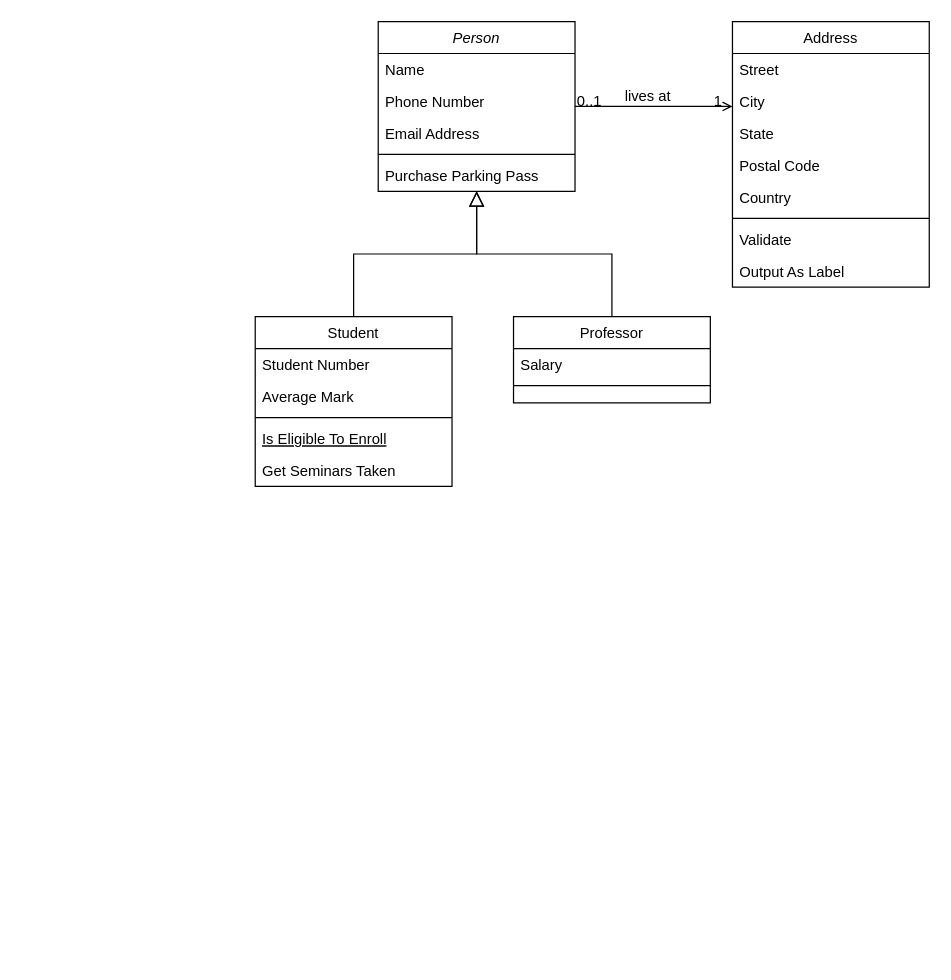
The draw.io diagram Biểu đồ không có tiêu đề.drawio in luyenhaidangit/business, before the edit. Source tidied: cells renumbered, new cells numbered last; positions are measured from the earlier drawing's top-left corner, leaving out a move shared by most shapes. Both pictures are drawn from the tidied source at 123%, with x=0, y=0 at pixel (255, 21).
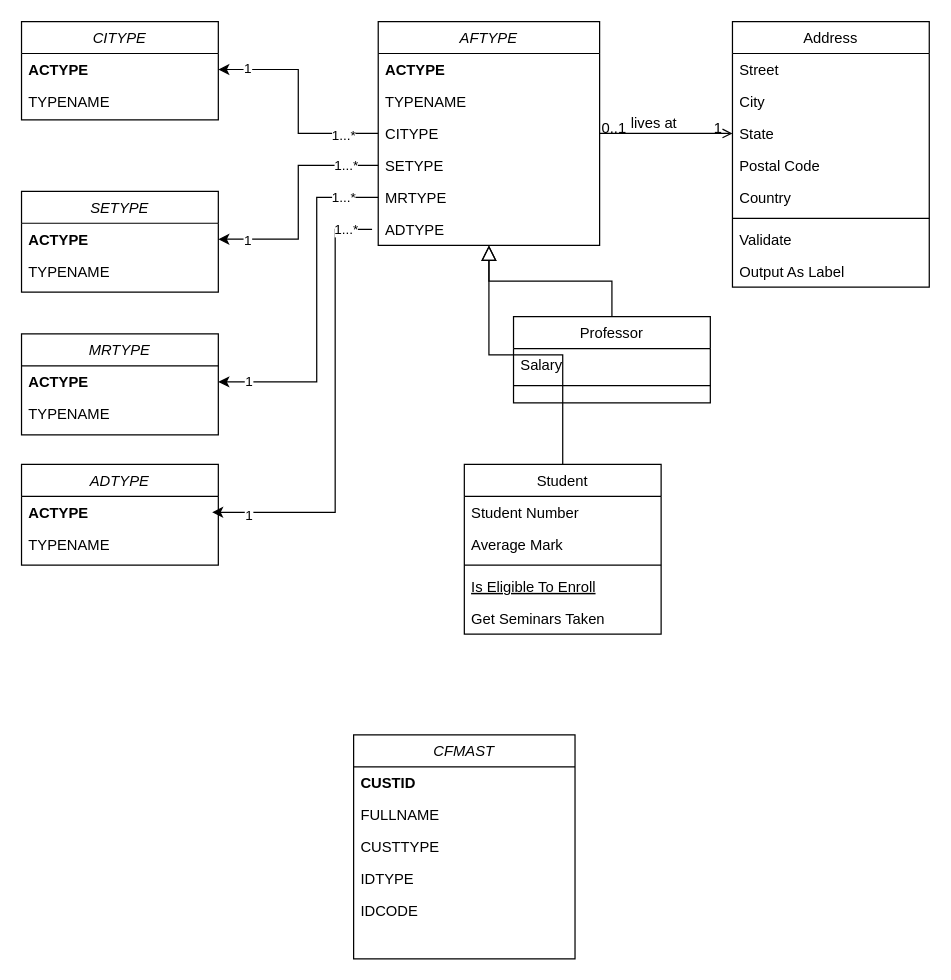
After the change.

Commit message:
Cập nhật Biểu đồ không có tiêu đề.drawio

What changed in the source:
```diff
@@
-    <mxCell id="2" value="Person" style="swimlane;fontStyle=2;align=center;verticalAlign=top;horizontal=1;startSize=26;rounded=0;shadow=0;strokeWidth=1;" parent="1" vertex="1">
-      <mxGeometry x="100" width="160" height="138" as="geometry" />
+    <mxCell id="2" value="AFTYPE" style="swimlane;fontStyle=2;align=center;verticalAlign=top;horizontal=1;startSize=26;rounded=0;shadow=0;strokeWidth=1;" parent="1" vertex="1">
+      <mxGeometry x="100" width="180" height="182" as="geometry" />
     </mxCell>
-    <mxCell id="3" value="Name" style="text;align=left;verticalAlign=top;spacingLeft=4;spacingRight=4;overflow=hidden;" parent="2" vertex="1">
-      <mxGeometry y="26" width="160" height="26" as="geometry" />
+    <mxCell id="3" value="ACTYPE" style="text;align=left;verticalAlign=top;spacingLeft=4;spacingRight=4;overflow=hidden;fontStyle=1;" parent="2" vertex="1">
+      <mxGeometry y="26" width="180" height="26" as="geometry" />
     </mxCell>
-    <mxCell id="4" value="Phone Number" style="text;align=left;verticalAlign=top;spacingLeft=4;spacingRight=4;overflow=hidden;rounded=0;shadow=0;html=0;" parent="2" vertex="1">
-      <mxGeometry y="52" width="160" height="26" as="geometry" />
+    <mxCell id="4" value="TYPENAME" style="text;align=left;verticalAlign=top;spacingLeft=4;spacingRight=4;overflow=hidden;rounded=0;shadow=0;html=0;" parent="2" vertex="1">
+      <mxGeometry y="52" width="180" height="26" as="geometry" />
     </mxCell>
-    <mxCell id="5" value="Email Address" style="text;align=left;verticalAlign=top;spacingLeft=4;spacingRight=4;overflow=hidden;points=[[0,0.5],[1,0.5]];portConstraint=eastwest;rounded=0;shadow=0;html=0;" parent="2" vertex="1">
-      <mxGeometry y="78" width="160" height="26" as="geometry" />
+    <mxCell id="5" value="CITYPE" style="text;align=left;verticalAlign=top;spacingLeft=4;spacingRight=4;overflow=hidden;points=[[0,0.5],[1,0.5]];portConstraint=eastwest;rounded=0;shadow=0;html=0;" parent="2" vertex="1">
+      <mxGeometry y="78" width="180" height="26" as="geometry" />
     </mxCell>
-    <mxCell id="6" style="line;html=1;strokeWidth=1;align=left;verticalAlign=middle;spacingTop=-1;spacingLeft=3;spacingRight=3;labelPosition=right;" parent="2" vertex="1">
-      <mxGeometry y="104" width="160" height="8" as="geometry" />
-    </mxCell>
-    <mxCell id="7" value="Purchase Parking Pass" style="text;align=left;verticalAlign=top;spacingLeft=4;spacingRight=4;overflow=hidden;" parent="2" vertex="1">
-      <mxGeometry y="112" width="160" height="26" as="geometry" />
-    </mxCell>
+    <mxCell id="32" value="SETYPE" style="text;align=left;verticalAlign=top;spacingLeft=4;spacingRight=4;overflow=hidden;points=[[0,0.5],[1,0.5]];portConstraint=eastwest;rounded=0;shadow=0;html=0;" parent="2" vertex="1">
+      <mxGeometry y="104" width="180" height="26" as="geometry" />
+    </mxCell>
+    <mxCell id="33" value="MRTYPE" style="text;align=left;verticalAlign=top;spacingLeft=4;spacingRight=4;overflow=hidden;points=[[0,0.5],[1,0.5]];portConstraint=eastwest;rounded=0;shadow=0;html=0;" parent="2" vertex="1">
+      <mxGeometry y="130" width="180" height="26" as="geometry" />
+    </mxCell>
+    <mxCell id="34" value="ADTYPE" style="text;align=left;verticalAlign=top;spacingLeft=4;spacingRight=4;overflow=hidden;rounded=0;shadow=0;html=0;" parent="2" vertex="1">
+      <mxGeometry y="156" width="180" height="26" as="geometry" />
+    </mxCell>
     <mxCell id="8" value="Student" style="swimlane;fontStyle=0;align=center;verticalAlign=top;horizontal=1;startSize=26;rounded=0;shadow=0;strokeWidth=1;" parent="1" vertex="1">
-      <mxGeometry y="240" width="160" height="138" as="geometry" />
+      <mxGeometry x="170" y="360" width="160" height="138" as="geometry" />
     </mxCell>
@@
+    <mxCell id="35" value="CITYPE" style="swimlane;fontStyle=2;align=center;verticalAlign=top;horizontal=1;startSize=26;rounded=0;shadow=0;strokeWidth=1;" parent="1" vertex="1">
+      <mxGeometry x="-190" width="160" height="80" as="geometry" />
+    </mxCell>
+    <mxCell id="36" value="ACTYPE" style="text;align=left;verticalAlign=top;spacingLeft=4;spacingRight=4;overflow=hidden;points=[[0,0.5],[1,0.5]];portConstraint=eastwest;fontStyle=1;" parent="35" vertex="1">
+      <mxGeometry y="26" width="160" height="26" as="geometry" />
+    </mxCell>
+    <mxCell id="37" value="TYPENAME" style="text;align=left;verticalAlign=top;spacingLeft=4;spacingRight=4;overflow=hidden;rounded=0;shadow=0;html=0;" parent="35" vertex="1">
+      <mxGeometry y="52" width="160" height="18" as="geometry" />
+    </mxCell>
+    <mxCell id="38" style="edgeStyle=orthogonalEdgeStyle;rounded=0;jettySize=auto;html=1;entryX=1;entryY=0.5;entryDx=0;entryDy=0;" parent="1" edge="1" source="5" target="36">
+      <mxGeometry relative="1" as="geometry" />
+    </mxCell>
+    <mxCell id="39" value="1" style="edgeLabel;html=1;align=center;verticalAlign=middle;" parent="38" vertex="1">
+      <mxGeometry x="0.75" y="-2" relative="1" as="geometry" />
+    </mxCell>
+    <mxCell id="40" value="1...*" style="edgeLabel;html=1;align=center;verticalAlign=middle;" parent="38" vertex="1">
+      <mxGeometry x="-0.68" y="1" relative="1" as="geometry" />
+    </mxCell>
+    <mxCell id="41" value="SETYPE" style="swimlane;fontStyle=2;align=center;verticalAlign=top;horizontal=1;startSize=26;rounded=0;shadow=0;strokeWidth=1;" parent="1" vertex="1">
+      <mxGeometry x="-190" y="138" width="160" height="82" as="geometry" />
+    </mxCell>
+    <mxCell id="42" value="ACTYPE" style="text;align=left;verticalAlign=top;spacingLeft=4;spacingRight=4;overflow=hidden;points=[[0,0.5],[1,0.5]];portConstraint=eastwest;fontStyle=1;" parent="41" vertex="1">
+      <mxGeometry y="26" width="160" height="26" as="geometry" />
+    </mxCell>
+    <mxCell id="43" value="TYPENAME" style="text;align=left;verticalAlign=top;spacingLeft=4;spacingRight=4;overflow=hidden;rounded=0;shadow=0;html=0;" parent="41" vertex="1">
+      <mxGeometry y="52" width="160" height="18" as="geometry" />
+    </mxCell>
+    <mxCell id="44" style="edgeStyle=orthogonalEdgeStyle;rounded=0;jettySize=auto;html=1;entryX=1;entryY=0.5;entryDx=0;entryDy=0;" parent="1" edge="1" source="32" target="42">
+      <mxGeometry relative="1" as="geometry" />
+    </mxCell>
+    <mxCell id="45" value="1" style="edgeLabel;html=1;align=center;verticalAlign=middle;" parent="44" vertex="1">
+      <mxGeometry x="0.76" relative="1" as="geometry" />
+    </mxCell>
+    <mxCell id="46" value="1...*" style="edgeLabel;html=1;align=center;verticalAlign=middle;" parent="44" vertex="1">
+      <mxGeometry x="-0.67" y="-1" relative="1" as="geometry">
+        <mxPoint x="4" as="offset" />
+      </mxGeometry>
+    </mxCell>
+    <mxCell id="47" value="MRTYPE" style="swimlane;fontStyle=2;align=center;verticalAlign=top;horizontal=1;startSize=26;rounded=0;shadow=0;strokeWidth=1;" parent="1" vertex="1">
+      <mxGeometry x="-190" y="254" width="160" height="82" as="geometry" />
+    </mxCell>
+    <mxCell id="48" value="ACTYPE" style="text;align=left;verticalAlign=top;spacingLeft=4;spacingRight=4;overflow=hidden;points=[[0,0.5],[1,0.5]];portConstraint=eastwest;fontStyle=1;" parent="47" vertex="1">
+      <mxGeometry y="26" width="160" height="26" as="geometry" />
+    </mxCell>
+    <mxCell id="49" value="TYPENAME" style="text;align=left;verticalAlign=top;spacingLeft=4;spacingRight=4;overflow=hidden;rounded=0;shadow=0;html=0;" parent="47" vertex="1">
+      <mxGeometry y="52" width="160" height="18" as="geometry" />
+    </mxCell>
+    <mxCell id="50" style="edgeStyle=orthogonalEdgeStyle;rounded=0;jettySize=auto;html=1;entryX=1;entryY=0.5;entryDx=0;entryDy=0;" parent="1" edge="1" source="33" target="48">
+      <mxGeometry relative="1" as="geometry">
+        <Array as="points">
+          <mxPoint x="50" y="143" />
+          <mxPoint x="50" y="293" />
+        </Array>
+      </mxGeometry>
+    </mxCell>
+    <mxCell id="51" value="1...*" style="edgeLabel;html=1;align=center;verticalAlign=middle;" parent="50" vertex="1">
+      <mxGeometry x="-0.79" y="-1" relative="1" as="geometry" />
+    </mxCell>
+    <mxCell id="52" value="1" style="edgeLabel;html=1;align=center;verticalAlign=middle;" parent="50" vertex="1">
+      <mxGeometry x="0.83" y="-1" relative="1" as="geometry" />
+    </mxCell>
+    <mxCell id="53" value="ADTYPE" style="swimlane;fontStyle=2;align=center;verticalAlign=top;horizontal=1;startSize=26;rounded=0;shadow=0;strokeWidth=1;" parent="1" vertex="1">
+      <mxGeometry x="-190" y="360" width="160" height="82" as="geometry" />
+    </mxCell>
+    <mxCell id="54" value="ACTYPE" style="text;align=left;verticalAlign=top;spacingLeft=4;spacingRight=4;overflow=hidden;fontStyle=1;" parent="53" vertex="1">
+      <mxGeometry y="26" width="160" height="26" as="geometry" />
+    </mxCell>
+    <mxCell id="55" value="TYPENAME" style="text;align=left;verticalAlign=top;spacingLeft=4;spacingRight=4;overflow=hidden;rounded=0;shadow=0;html=0;" parent="53" vertex="1">
+      <mxGeometry y="52" width="160" height="18" as="geometry" />
+    </mxCell>
+    <mxCell id="56" style="edgeStyle=orthogonalEdgeStyle;rounded=0;orthogonalLoop=1;jettySize=auto;html=1;entryX=1;entryY=0.5;entryDx=0;entryDy=0;" parent="1" edge="1">
+      <mxGeometry relative="1" as="geometry">
+        <mxPoint x="95" y="169" as="sourcePoint" />
+        <mxPoint x="-35" y="399" as="targetPoint" />
+        <Array as="points">
+          <mxPoint x="65" y="169" />
+          <mxPoint x="65" y="399" />
+        </Array>
+      </mxGeometry>
+    </mxCell>
+    <mxCell id="57" value="1...*" style="edgeLabel;html=1;align=center;verticalAlign=middle;" parent="56" vertex="1">
+      <mxGeometry x="-0.88" y="-1" relative="1" as="geometry" />
+    </mxCell>
+    <mxCell id="58" value="1" style="edgeLabel;html=1;align=center;verticalAlign=middle;" parent="56" vertex="1">
+      <mxGeometry x="0.84" y="2" relative="1" as="geometry" />
+    </mxCell>
+    <mxCell id="59" value="CFMAST" style="swimlane;fontStyle=2;align=center;verticalAlign=top;horizontal=1;startSize=26;rounded=0;shadow=0;strokeWidth=1;" parent="1" vertex="1">
+      <mxGeometry x="80" y="580" width="180" height="182" as="geometry" />
+    </mxCell>
+    <mxCell id="60" value="CUSTID" style="text;align=left;verticalAlign=top;spacingLeft=4;spacingRight=4;overflow=hidden;fontStyle=1;" parent="59" vertex="1">
+      <mxGeometry y="26" width="180" height="26" as="geometry" />
+    </mxCell>
+    <mxCell id="61" value="FULLNAME" style="text;align=left;verticalAlign=top;spacingLeft=4;spacingRight=4;overflow=hidden;rounded=0;shadow=0;html=0;" parent="59" vertex="1">
+      <mxGeometry y="52" width="180" height="26" as="geometry" />
+    </mxCell>
+    <mxCell id="62" value="CUSTTYPE" style="text;align=left;verticalAlign=top;spacingLeft=4;spacingRight=4;overflow=hidden;rounded=0;shadow=0;html=0;" parent="59" vertex="1">
+      <mxGeometry y="78" width="180" height="26" as="geometry" />
+    </mxCell>
+    <mxCell id="63" value="IDTYPE" style="text;align=left;verticalAlign=top;spacingLeft=4;spacingRight=4;overflow=hidden;rounded=0;shadow=0;html=0;" parent="59" vertex="1">
+      <mxGeometry y="104" width="180" height="26" as="geometry" />
+    </mxCell>
+    <mxCell id="64" value="IDCODE" style="text;align=left;verticalAlign=top;spacingLeft=4;spacingRight=4;overflow=hidden;rounded=0;shadow=0;html=0;" parent="59" vertex="1">
+      <mxGeometry y="130" width="180" height="26" as="geometry" />
+    </mxCell>
```
